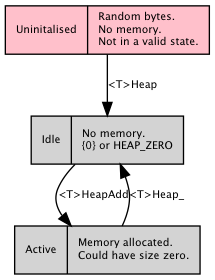
Above: web/states.png in neil-edelman/boxes (Graphviz), before the change. Its source is kept beside it as web/states.gv.
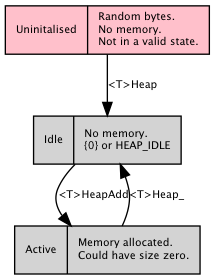
Above is the later version.

Change to the diagram source:
```diff
@@ -6,7 +6,7 @@
 
 	node [ shape=record, style=filled ];
 	null [ label = "Uninitalised|Random bytes.\lNo memory.\lNot in a valid state.\l", fillcolor = pink ];
-	static [ label = "Idle|No memory.\l\{0\} or HEAP_ZERO\l" ];
+	static [ label = "Idle|No memory.\l\{0\} or HEAP_IDLE\l" ];
 	dynamic [ label = "Active|Memory allocated.\lCould have size zero.\l" ];
 	null -> static [ label = "<T>Heap" ];
 	static -> dynamic [ label = "<T>HeapAdd\l" ];
```
